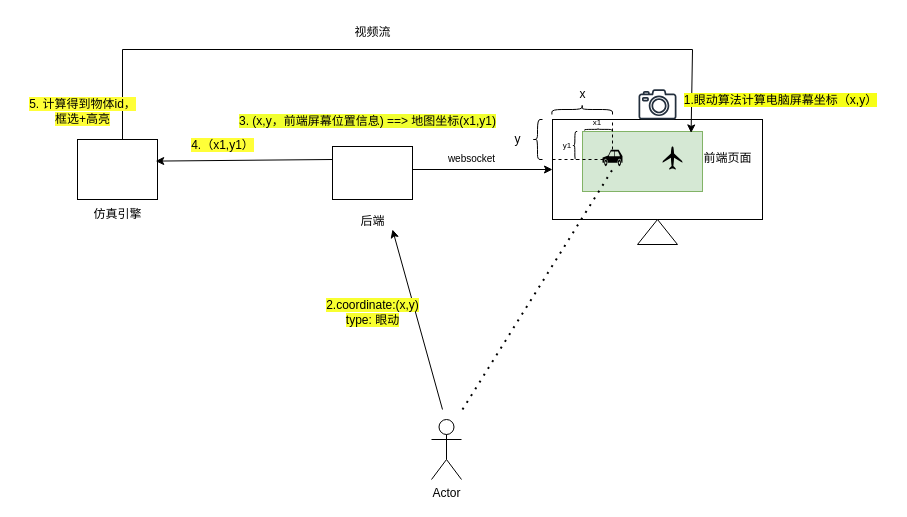
Above: 后端.drawio in callmeliuchu/AlgebraSolution (draw.io), before the change. Source tidied: cells renumbered, new cells numbered last; positions are measured from the earlier drawing's top-left corner, leaving out a move shared by most shapes. Both pictures are drawn from the tidied source at 100%, with x=0, y=0 at pixel (17, 17).
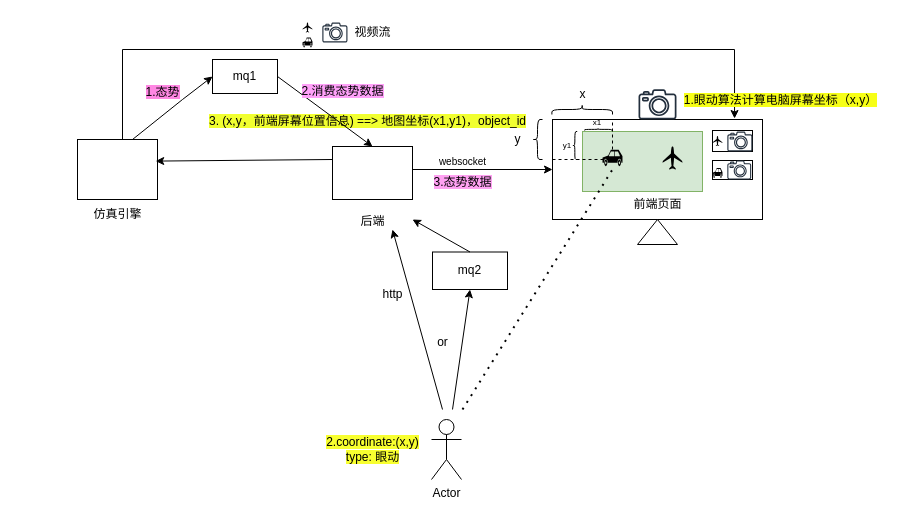
After the change.

The change refers to these unchanged cells:
```xml
<mxCell id="2" style="rounded=0;whiteSpace=wrap;html=1;" parent="1" vertex="1">
  <mxGeometry x="535" y="102" width="210" height="100" as="geometry" />
</mxCell>
<mxCell id="4" style="rounded=0;whiteSpace=wrap;html=1;fillColor=#d5e8d4;strokeColor=#82b366;" parent="1" vertex="1">
  <mxGeometry x="565" y="114" width="120" height="60" as="geometry" />
</mxCell>
<mxCell id="7" style="rounded=0;whiteSpace=wrap;html=1;" parent="1" vertex="1">
  <mxGeometry x="315" y="129" width="80" height="53" as="geometry" />
</mxCell>
```

Diff of the diagram source:
```diff
@@
     <mxCell id="6" value="前端页面" style="text;html=1;align=center;verticalAlign=middle;strokeColor=none;fillColor=none;" parent="1" vertex="1">
-      <mxGeometry x="675" y="125.5" width="70" height="30" as="geometry" />
+      <mxGeometry x="605" y="172" width="70" height="30" as="geometry" />
     </mxCell>
@@
-    <mxCell id="12" style="endArrow=classic;html=1;rounded=0;entryX=0.905;entryY=0.024;entryDx=0;entryDy=0;entryPerimeter=0;" parent="1" edge="1" target="4">
+    <mxCell id="12" style="endArrow=classic;html=1;rounded=0;entryX=0.867;entryY=-0.01;entryDx=0;entryDy=0;entryPerimeter=0;" parent="1" edge="1" target="2">
       <mxGeometry relative="1" as="geometry">
         <mxPoint x="105" y="122" as="sourcePoint" />
         <Array as="points">
           <mxPoint x="105" y="32" />
-          <mxPoint x="675" y="32" />
+          <mxPoint x="717" y="32" />
         </Array>
       </mxGeometry>
     </mxCell>
@@
     <mxCell id="29" value="&lt;span style=&quot;background-color: rgb(248, 255, 48);&quot;&gt;2.coordinate:(x,y)&lt;br&gt;type: 眼动&lt;/span&gt;" style="text;html=1;align=center;verticalAlign=middle;strokeColor=none;fillColor=none;" parent="1" vertex="1">
-      <mxGeometry x="295" y="275" width="120" height="40" as="geometry" />
+      <mxGeometry x="295" y="412" width="120" height="40" as="geometry" />
     </mxCell>
@@
     <mxCell id="31" value="&lt;font style=&quot;font-size: 10px;&quot;&gt;websocket&lt;/font&gt;" style="text;html=1;align=center;verticalAlign=middle;strokeColor=none;fillColor=none;" parent="1" vertex="1">
-      <mxGeometry x="419" y="125.5" width="70" height="30" as="geometry" />
+      <mxGeometry x="410" y="128.5" width="70" height="30" as="geometry" />
     </mxCell>
-    <mxCell id="32" value="&lt;span style=&quot;background-color: rgb(241, 255, 48);&quot;&gt;3. (x,y，前端屏幕位置信息) ==&amp;gt; 地图坐标(x1,y1)&lt;/span&gt;" style="text;html=1;align=center;verticalAlign=middle;strokeColor=none;fillColor=none;" parent="1" vertex="1">
-      <mxGeometry x="210" y="88.5" width="280" height="30" as="geometry" />
+    <mxCell id="32" value="&lt;span style=&quot;background-color: rgb(241, 255, 48);&quot;&gt;3. (x,y，前端屏幕位置信息) ==&amp;gt; 地图坐标(x1,y1)，object_id&lt;/span&gt;" style="text;html=1;align=center;verticalAlign=middle;strokeColor=none;fillColor=none;" parent="1" vertex="1">
+      <mxGeometry x="180" y="88.5" width="340" height="30" as="geometry" />
     </mxCell>
-    <mxCell id="33" value="&lt;span style=&quot;background-color: rgb(255, 255, 56);&quot;&gt;4.（x1,y1）&lt;/span&gt;" style="text;html=1;align=center;verticalAlign=middle;strokeColor=none;fillColor=none;" parent="1" vertex="1">
-      <mxGeometry x="160" y="113" width="90" height="30" as="geometry" />
-    </mxCell>
-    <mxCell id="34" value="&lt;span style=&quot;background-color: rgb(255, 255, 56);&quot;&gt;5. 计算得到物体id，&lt;br&gt;框选+高亮&lt;/span&gt;" style="text;html=1;align=center;verticalAlign=middle;strokeColor=none;fillColor=none;" parent="1" vertex="1">
-      <mxGeometry y="74" width="130" height="40" as="geometry" />
-    </mxCell>
@@
+    <mxCell id="36" style="rounded=0;whiteSpace=wrap;html=1;" parent="1" vertex="1">
+      <mxGeometry x="695" y="113" width="40" height="21" as="geometry" />
+    </mxCell>
+    <mxCell id="37" style="rounded=0;whiteSpace=wrap;html=1;" parent="1" vertex="1">
+      <mxGeometry x="695" y="143" width="40" height="19" as="geometry" />
+    </mxCell>
+    <mxCell id="38" style="shape=mxgraph.signs.transportation.airplane_5;html=1;fillColor=#000000;strokeColor=none;verticalLabelPosition=bottom;verticalAlign=top;align=center;" parent="1" vertex="1">
+      <mxGeometry x="695" y="118.5" width="10" height="10" as="geometry" />
+    </mxCell>
+    <mxCell id="39" style="sketch=0;fontColor=#232F3E;gradientColor=none;fillColor=#232F3D;strokeColor=none;dashed=0;verticalLabelPosition=bottom;verticalAlign=top;align=center;html=1;fontSize=12;fontStyle=0;shape=mxgraph.aws4.camera2;" parent="1" vertex="1">
+      <mxGeometry x="709.8" y="114" width="25.2" height="20" as="geometry" />
+    </mxCell>
+    <mxCell id="40" style="shape=mxgraph.signs.transportation.car_3;html=1;fillColor=#000000;strokeColor=none;verticalLabelPosition=bottom;verticalAlign=top;align=center;" parent="1" vertex="1">
+      <mxGeometry x="695" y="150.5" width="10" height="10" as="geometry" />
+    </mxCell>
+    <mxCell id="41" style="sketch=0;fontColor=#232F3E;gradientColor=none;fillColor=#232F3D;strokeColor=none;dashed=0;verticalLabelPosition=bottom;verticalAlign=top;align=center;html=1;fontSize=12;fontStyle=0;shape=mxgraph.aws4.camera2;" parent="1" vertex="1">
+      <mxGeometry x="709.8" y="143" width="23.9" height="19" as="geometry" />
+    </mxCell>
+    <mxCell id="42" value="mq1" style="rounded=0;whiteSpace=wrap;html=1;" parent="1" vertex="1">
+      <mxGeometry x="195" y="42" width="65" height="34" as="geometry" />
+    </mxCell>
+    <mxCell id="43" style="endArrow=classic;html=1;rounded=0;entryX=0;entryY=0.5;entryDx=0;entryDy=0;" parent="1" edge="1" target="42">
+      <mxGeometry relative="1" as="geometry">
+        <mxPoint x="115" y="122" as="sourcePoint" />
+        <Array as="points">
+          <mxPoint x="165" y="82" />
+        </Array>
+      </mxGeometry>
+    </mxCell>
+    <mxCell id="44" value="&lt;span style=&quot;background-color: rgb(255, 135, 227);&quot;&gt;1.态势&lt;/span&gt;" style="text;html=1;align=center;verticalAlign=middle;strokeColor=none;fillColor=none;" parent="1" vertex="1">
+      <mxGeometry x="115" y="60" width="60" height="30" as="geometry" />
+    </mxCell>
+    <mxCell id="45" style="endArrow=classic;html=1;rounded=0;exitX=1;exitY=0.5;exitDx=0;exitDy=0;entryX=0.5;entryY=0;entryDx=0;entryDy=0;" parent="1" edge="1" source="42" target="7">
+      <mxGeometry relative="1" as="geometry" />
+    </mxCell>
+    <mxCell id="46" value="&lt;span style=&quot;background-color: rgb(255, 161, 249);&quot;&gt;2.消费态势数据&lt;/span&gt;" style="text;html=1;align=center;verticalAlign=middle;strokeColor=none;fillColor=none;" parent="1" vertex="1">
+      <mxGeometry x="270" y="58.5" width="110" height="30" as="geometry" />
+    </mxCell>
+    <mxCell id="47" value="&lt;span style=&quot;background-color: rgb(255, 161, 242);&quot;&gt;3.态势数据&lt;/span&gt;" style="text;html=1;align=center;verticalAlign=middle;strokeColor=none;fillColor=none;" parent="1" vertex="1">
+      <mxGeometry x="405" y="150" width="80" height="30" as="geometry" />
+    </mxCell>
+    <mxCell id="48" value="mq2" style="rounded=0;whiteSpace=wrap;html=1;" parent="1" vertex="1">
+      <mxGeometry x="415" y="234.5" width="75" height="37.5" as="geometry" />
+    </mxCell>
+    <mxCell id="49" style="endArrow=classic;html=1;rounded=0;entryX=0.5;entryY=1;entryDx=0;entryDy=0;" parent="1" edge="1" target="48">
+      <mxGeometry relative="1" as="geometry">
+        <mxPoint x="435" y="392" as="sourcePoint" />
+      </mxGeometry>
+    </mxCell>
+    <mxCell id="50" value="or" style="text;html=1;align=center;verticalAlign=middle;strokeColor=none;fillColor=none;" parent="1" vertex="1">
+      <mxGeometry x="410" y="310" width="30" height="30" as="geometry" />
+    </mxCell>
+    <mxCell id="51" value="http" style="text;html=1;align=center;verticalAlign=middle;strokeColor=none;fillColor=none;" parent="1" vertex="1">
+      <mxGeometry x="355" y="262" width="40" height="30" as="geometry" />
+    </mxCell>
+    <mxCell id="52" style="endArrow=classic;html=1;rounded=0;exitX=0.5;exitY=0;exitDx=0;exitDy=0;" parent="1" edge="1" source="48">
+      <mxGeometry relative="1" as="geometry">
+        <mxPoint x="395" y="202" as="targetPoint" />
+      </mxGeometry>
+    </mxCell>
+    <mxCell id="53" style="sketch=0;fontColor=#232F3E;gradientColor=none;fillColor=#232F3D;strokeColor=none;dashed=0;verticalLabelPosition=bottom;verticalAlign=top;align=center;html=1;fontSize=12;fontStyle=0;shape=mxgraph.aws4.camera2;" parent="1" vertex="1">
+      <mxGeometry x="304.8" y="5" width="25.2" height="20" as="geometry" />
+    </mxCell>
+    <mxCell id="54" style="shape=mxgraph.signs.transportation.airplane_5;html=1;fillColor=#000000;strokeColor=none;verticalLabelPosition=bottom;verticalAlign=top;align=center;" parent="1" vertex="1">
+      <mxGeometry x="285" y="5" width="10" height="10" as="geometry" />
+    </mxCell>
+    <mxCell id="55" style="shape=mxgraph.signs.transportation.car_3;html=1;fillColor=#000000;strokeColor=none;verticalLabelPosition=bottom;verticalAlign=top;align=center;" parent="1" vertex="1">
+      <mxGeometry x="285" y="20" width="10" height="10" as="geometry" />
+    </mxCell>
```
